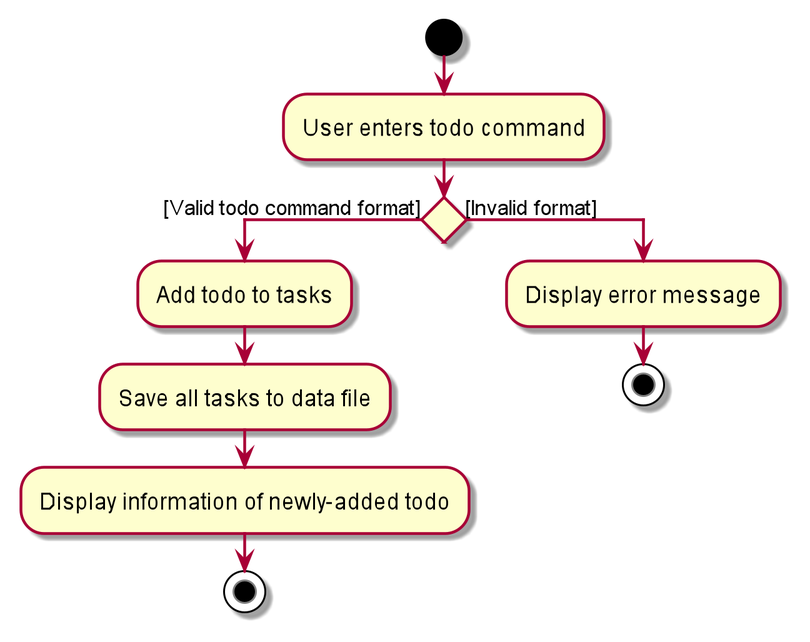
Above: docs/images/TodoActivityDiagram.png in nus-tic4001-AY2021S1/ip (PlantUML), before the change.
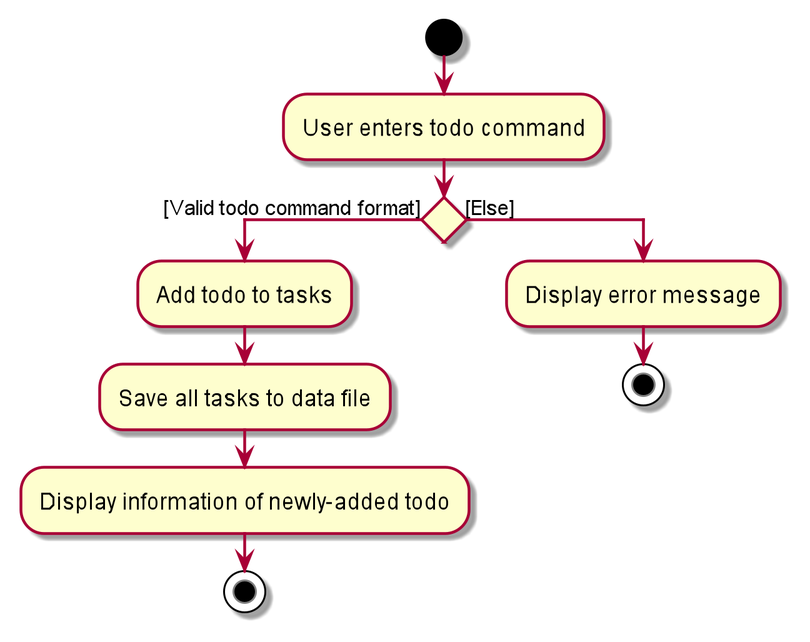
Later version of the same file.

Commit message:
Update todo activity diagram

The edit, as a diff of the source:
```diff
@@ -6,7 +6,7 @@
     :Save all tasks to data file;
     :Display information of newly-added todo;
     stop
-else ([Invalid format])
+else ([Else])
     :Display error message;
 stop
 @enduml
```
